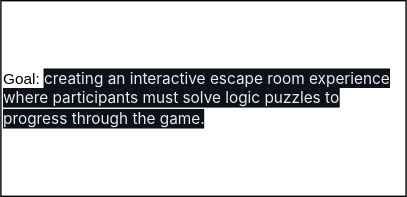
SchoolOfCode/escape-room-hackathon-koding-exceptional-repo-s keeps this draw.io diagram as ker-escape-room.drawio.svg. Above is the earlier version. Source tidied: cells renumbered, new cells last; positions are measured from the earlier drawing's top-left corner, leaving out a move shared by most shapes.
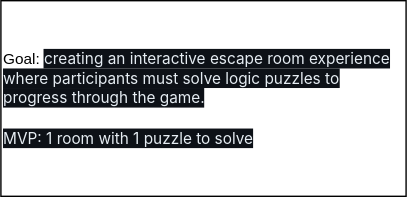
Later version of the same file.

Commit message:
added mvp to flow chart

Diff of the diagram source:
```diff
@@ -2,7 +2,7 @@
   <root>
     <mxCell id="0" />
     <mxCell id="1" parent="0" />
-    <mxCell id="2" value="&lt;font style=&quot;font-size: 11px;&quot;&gt;Goal:&amp;nbsp;&lt;span style=&quot;color: rgb(230, 237, 243); font-family: -apple-system, BlinkMacSystemFont, &amp;quot;Segoe UI&amp;quot;, &amp;quot;Noto Sans&amp;quot;, Helvetica, Arial, sans-serif, &amp;quot;Apple Color Emoji&amp;quot;, &amp;quot;Segoe UI Emoji&amp;quot;; background-color: rgb(13, 17, 23);&quot;&gt;creating an interactive escape room experience where participants must solve logic puzzles to progress through the game.&lt;/span&gt;&lt;/font&gt;" style="rounded=0;whiteSpace=wrap;html=1;align=left;" parent="1" vertex="1">
+    <mxCell id="2" value="&lt;font style=&quot;font-size: 11px;&quot;&gt;Goal:&amp;nbsp;&lt;span style=&quot;color: rgb(230, 237, 243); font-family: -apple-system, BlinkMacSystemFont, &amp;quot;Segoe UI&amp;quot;, &amp;quot;Noto Sans&amp;quot;, Helvetica, Arial, sans-serif, &amp;quot;Apple Color Emoji&amp;quot;, &amp;quot;Segoe UI Emoji&amp;quot;; background-color: rgb(13, 17, 23);&quot;&gt;creating an interactive escape room experience where participants must solve logic puzzles to progress through the game.&lt;br&gt;&lt;br&gt;MVP: 1 room with 1 puzzle to solve&lt;br&gt;&lt;/span&gt;&lt;/font&gt;" style="rounded=0;whiteSpace=wrap;html=1;align=left;" parent="1" vertex="1">
       <mxGeometry width="290" height="140" as="geometry" />
     </mxCell>
   </root>
```
